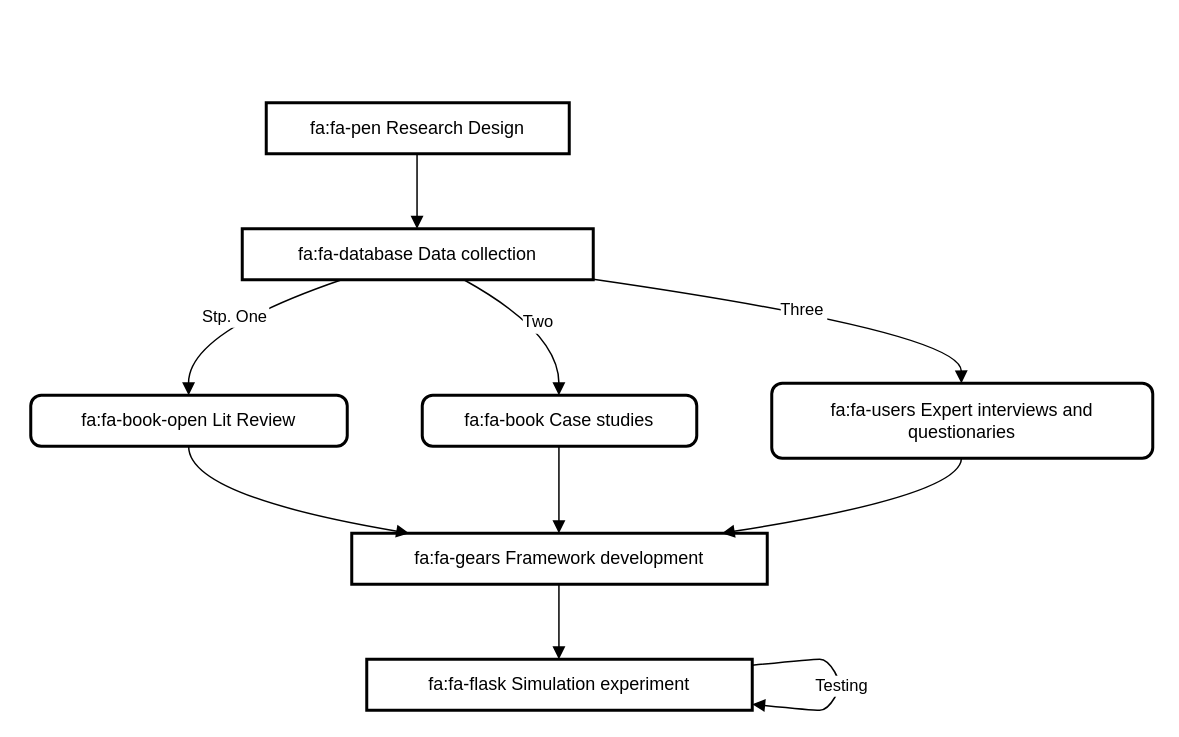
Before: drawio/mams/dd-twins/partial_methodology.drawio in scrodrig/Diagrams, a draw.io diagram. Source tidied: cells renumbered, new cells numbered last; positions are measured from the earlier drawing's top-left corner, leaving out a move shared by most shapes. Both pictures are drawn from the tidied source at 150%, with x=0, y=0 at pixel (30, 102).
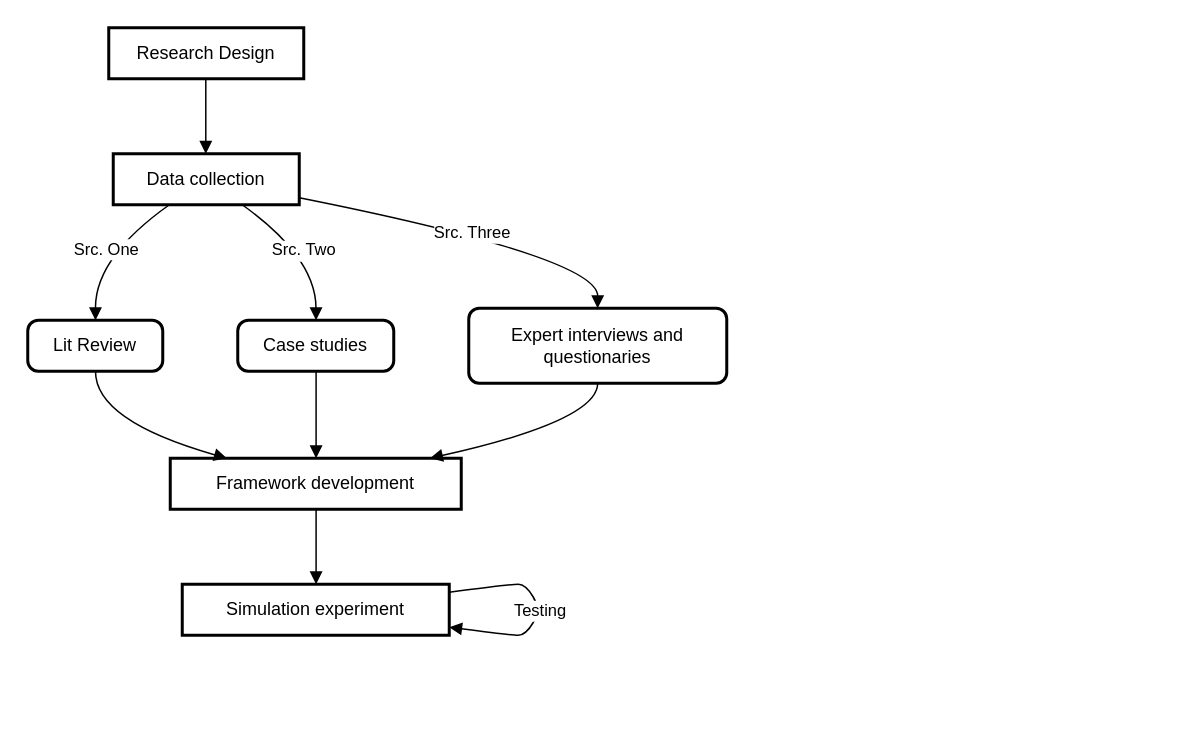
The same diagram, later.

Diff of the diagram source:
```diff
@@
-    <mxCell id="2" value="fa:fa-pen Research Design" style="whiteSpace=wrap;strokeWidth=2;" parent="1" vertex="1">
-      <mxGeometry x="157" width="202" height="34" as="geometry" />
-    </mxCell>
-    <mxCell id="3" value="fa:fa-database Data collection" style="whiteSpace=wrap;strokeWidth=2;" parent="1" vertex="1">
-      <mxGeometry x="141" y="84" width="234" height="34" as="geometry" />
-    </mxCell>
-    <mxCell id="4" value="fa:fa-book-open Lit Review" style="rounded=1;absoluteArcSize=1;arcSize=14;whiteSpace=wrap;strokeWidth=2;" parent="1" vertex="1">
-      <mxGeometry y="195" width="211" height="34" as="geometry" />
-    </mxCell>
-    <mxCell id="5" value="fa:fa-book Case studies" style="rounded=1;absoluteArcSize=1;arcSize=14;whiteSpace=wrap;strokeWidth=2;" parent="1" vertex="1">
-      <mxGeometry x="261" y="195" width="183" height="34" as="geometry" />
-    </mxCell>
-    <mxCell id="6" value="fa:fa-users Expert interviews and &#10; questionaries" style="rounded=1;absoluteArcSize=1;arcSize=14;whiteSpace=wrap;strokeWidth=2;" parent="1" vertex="1">
-      <mxGeometry x="494" y="187" width="254" height="50" as="geometry" />
-    </mxCell>
-    <mxCell id="7" value="fa:fa-gears Framework development" style="whiteSpace=wrap;strokeWidth=2;" parent="1" vertex="1">
-      <mxGeometry x="214" y="287" width="277" height="34" as="geometry" />
-    </mxCell>
-    <mxCell id="8" value="fa:fa-flask Simulation experiment" style="whiteSpace=wrap;strokeWidth=2;" parent="1" vertex="1">
-      <mxGeometry x="224" y="371" width="257" height="34" as="geometry" />
-    </mxCell>
-    <mxCell id="9" style="curved=1;startArrow=none;endArrow=block;exitX=0.49767945544554454;exitY=1;entryX=0.4979967948717949;entryY=0;rounded=0;" parent="1" edge="1" source="2" target="3">
-      <mxGeometry relative="1" as="geometry" />
-    </mxCell>
-    <mxCell id="10" value="Stp. One" style="curved=1;startArrow=none;endArrow=block;exitX=0.283216576943822;exitY=1;entryX=0.49894475710900477;entryY=0;rounded=0;" parent="1" edge="1" source="3" target="4">
-      <mxGeometry relative="1" as="geometry">
-        <Array as="points">
-          <mxPoint x="105" y="153" />
-        </Array>
-      </mxGeometry>
-    </mxCell>
-    <mxCell id="11" value="Two" style="curved=1;startArrow=none;endArrow=block;exitX=0.6314319740063065;exitY=1;entryX=0.49792947404371585;entryY=0;rounded=0;" parent="1" edge="1" source="3" target="5">
-      <mxGeometry relative="1" as="geometry">
-        <Array as="points">
-          <mxPoint x="352" y="153" />
-        </Array>
-      </mxGeometry>
-    </mxCell>
-    <mxCell id="12" value="Three" style="curved=1;startArrow=none;endArrow=block;exitX=0.9973123664529915;exitY=0.9876476476413099;entryX=0.4978469488188976;entryY=0;rounded=0;" parent="1" edge="1" source="3" target="6">
-      <mxGeometry relative="1" as="geometry">
-        <Array as="points">
-          <mxPoint x="620" y="153" />
-        </Array>
-      </mxGeometry>
-    </mxCell>
-    <mxCell id="13" style="curved=1;startArrow=none;endArrow=block;exitX=0.49894475710900477;exitY=1;entryX=0.137935549896854;entryY=0;rounded=0;" parent="1" edge="1" source="4" target="7">
-      <mxGeometry relative="1" as="geometry">
-        <Array as="points">
-          <mxPoint x="105" y="262" />
-        </Array>
-      </mxGeometry>
-    </mxCell>
-    <mxCell id="14" style="curved=1;startArrow=none;endArrow=block;exitX=0.49792947404371585;exitY=1;entryX=0.498632107400722;entryY=0;rounded=0;" parent="1" edge="1" source="5" target="7">
-      <mxGeometry relative="1" as="geometry" />
-    </mxCell>
-    <mxCell id="15" style="curved=1;startArrow=none;endArrow=block;exitX=0.4978469488188976;exitY=1;entryX=0.8907280787992092;entryY=0;rounded=0;" parent="1" edge="1" source="6" target="7">
-      <mxGeometry relative="1" as="geometry">
-        <Array as="points">
-          <mxPoint x="620" y="262" />
-        </Array>
-      </mxGeometry>
-    </mxCell>
-    <mxCell id="16" style="curved=1;startArrow=none;endArrow=block;exitX=0.498632107400722;exitY=1;entryX=0.498525656614786;entryY=0;rounded=0;" parent="1" edge="1" source="7" target="8">
-      <mxGeometry relative="1" as="geometry" />
-    </mxCell>
+    <mxCell id="18" value="Research Design" style="whiteSpace=wrap;strokeWidth=2;" parent="1" vertex="1">
+      <mxGeometry x="52" y="-50" width="130" height="34" as="geometry" />
+    </mxCell>
+    <mxCell id="19" value="Data collection" style="whiteSpace=wrap;strokeWidth=2;" parent="1" vertex="1">
+      <mxGeometry x="55" y="34" width="124" height="34" as="geometry" />
+    </mxCell>
+    <mxCell id="20" value="Lit Review" style="rounded=1;absoluteArcSize=1;arcSize=14;whiteSpace=wrap;strokeWidth=2;" parent="1" vertex="1">
+      <mxGeometry x="-2" y="145" width="90" height="34" as="geometry" />
+    </mxCell>
+    <mxCell id="21" value="Case studies" style="rounded=1;absoluteArcSize=1;arcSize=14;whiteSpace=wrap;strokeWidth=2;" parent="1" vertex="1">
+      <mxGeometry x="138" y="145" width="104" height="34" as="geometry" />
+    </mxCell>
+    <mxCell id="22" value="Expert interviews and &#10; questionaries" style="rounded=1;absoluteArcSize=1;arcSize=14;whiteSpace=wrap;strokeWidth=2;" parent="1" vertex="1">
+      <mxGeometry x="292" y="137" width="172" height="50" as="geometry" />
+    </mxCell>
+    <mxCell id="23" value="Framework development" style="whiteSpace=wrap;strokeWidth=2;" parent="1" vertex="1">
+      <mxGeometry x="93" y="237" width="194" height="34" as="geometry" />
+    </mxCell>
+    <mxCell id="24" value="Simulation experiment" style="whiteSpace=wrap;strokeWidth=2;" parent="1" vertex="1">
+      <mxGeometry x="101" y="321" width="178" height="34" as="geometry" />
+    </mxCell>
+    <mxCell id="25" style="curved=1;startArrow=none;endArrow=block;exitX=0.49768629807692305;exitY=1;entryX=0.4975743447580645;entryY=0;rounded=0;" parent="1" edge="1" source="18" target="19">
+      <mxGeometry relative="1" as="geometry" />
+    </mxCell>
+    <mxCell id="26" value="Src. One" style="curved=1;startArrow=none;endArrow=block;exitX=0.3018391672212653;exitY=1;entryX=0.5019097222222222;entryY=0;rounded=0;" parent="1" edge="1" source="19" target="20">
+      <mxGeometry relative="1" as="geometry">
+        <Array as="points">
+          <mxPoint x="43" y="103" />
+        </Array>
+      </mxGeometry>
+    </mxCell>
+    <mxCell id="27" value="Src. Two" style="curved=1;startArrow=none;endArrow=block;exitX=0.6933095222948639;exitY=1;entryX=0.5021784855769231;entryY=0;rounded=0;" parent="1" edge="1" source="19" target="21">
+      <mxGeometry relative="1" as="geometry">
+        <Array as="points">
+          <mxPoint x="190" y="103" />
+        </Array>
+      </mxGeometry>
+    </mxCell>
+    <mxCell id="28" value="Src. Three" style="curved=1;startArrow=none;endArrow=block;exitX=0.9970703125;exitY=0.859108499859274;entryX=0.4997047601744186;entryY=0;rounded=0;" parent="1" edge="1" source="19" target="22">
+      <mxGeometry relative="1" as="geometry">
+        <Array as="points">
+          <mxPoint x="378" y="103" />
+        </Array>
+      </mxGeometry>
+    </mxCell>
+    <mxCell id="29" style="curved=1;startArrow=none;endArrow=block;exitX=0.5019097222222222;exitY=1;entryX=0.19435271692439868;entryY=0;rounded=0;" parent="1" edge="1" source="20" target="23">
+      <mxGeometry relative="1" as="geometry">
+        <Array as="points">
+          <mxPoint x="43" y="212" />
+        </Array>
+      </mxGeometry>
+    </mxCell>
+    <mxCell id="30" style="curved=1;startArrow=none;endArrow=block;exitX=0.5021784855769231;exitY=1;entryX=0.5011678479381443;entryY=0;rounded=0;" parent="1" edge="1" source="21" target="23">
+      <mxGeometry relative="1" as="geometry" />
+    </mxCell>
+    <mxCell id="31" style="curved=1;startArrow=none;endArrow=block;exitX=0.4997047601744186;exitY=1;entryX=0.8928326928387333;entryY=0;rounded=0;" parent="1" edge="1" source="22" target="23">
+      <mxGeometry relative="1" as="geometry">
+        <Array as="points">
+          <mxPoint x="378" y="212" />
+        </Array>
+      </mxGeometry>
+    </mxCell>
+    <mxCell id="32" style="curved=1;startArrow=none;endArrow=block;exitX=0.5011678479381443;exitY=1;entryX=0.5012728230337079;entryY=0;rounded=0;" parent="1" edge="1" source="23" target="24">
+      <mxGeometry relative="1" as="geometry" />
+    </mxCell>
-    <mxCell id="17" value="Testing" style="curved=1;startArrow=none;endArrow=block;exitX=0.998860043774319;exitY=0.11952719259042344;entryX=0.998860043774319;entryY=0.8804728074095766;rounded=0;" parent="1" edge="1" source="8" target="8">
+    <mxCell id="17" value="Testing" style="curved=1;startArrow=none;endArrow=block;exitX=1.0023261938202248;exitY=0.1558681672025724;entryX=1.0023261938202248;entryY=0.8441318327974275;rounded=0;" parent="1" edge="1" source="24" target="24">
       <mxGeometry relative="1" as="geometry">
         <Array as="points">
-          <mxPoint x="521" y="371" />
-          <mxPoint x="531" y="371" />
-          <mxPoint x="541" y="388" />
-          <mxPoint x="531" y="405" />
-          <mxPoint x="521" y="405" />
+          <mxPoint x="320" y="321" />
+          <mxPoint x="330" y="321" />
+          <mxPoint x="340" y="338" />
+          <mxPoint x="330" y="355" />
+          <mxPoint x="320" y="355" />
         </Array>
       </mxGeometry>
     </mxCell>
```
